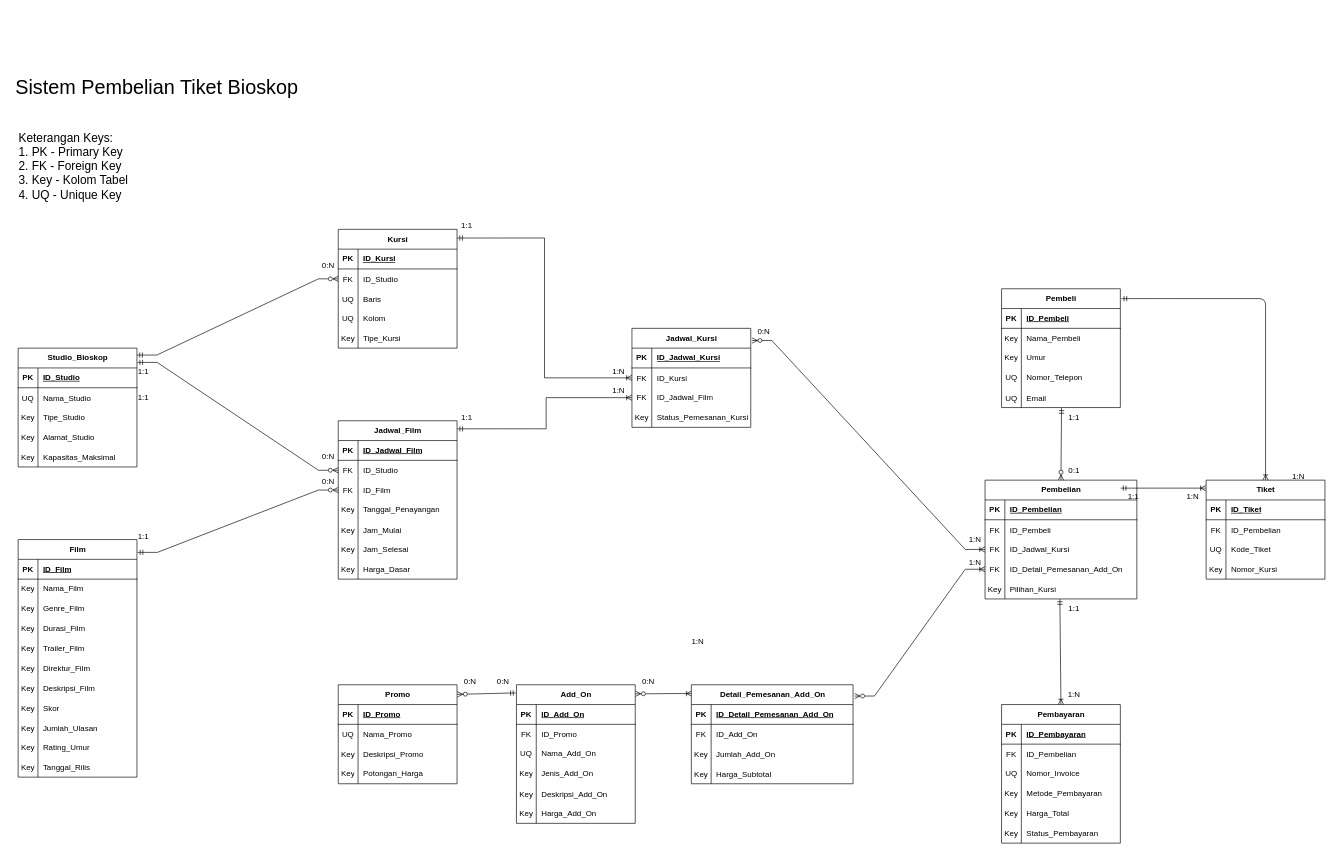
Above: page "Diagram-Utama" (1 of 3) of sistem-pembelian-tiket-retake.drawio in King-Ag-Jv/Project-Atrem (draw.io), before the change. Source tidied: cells renumbered, new cells numbered last; positions are measured from the earlier drawing's top-left corner, leaving out a move shared by most shapes. Both pictures are drawn from the tidied source at 66%, with x=0, y=0 at pixel (11, 11).
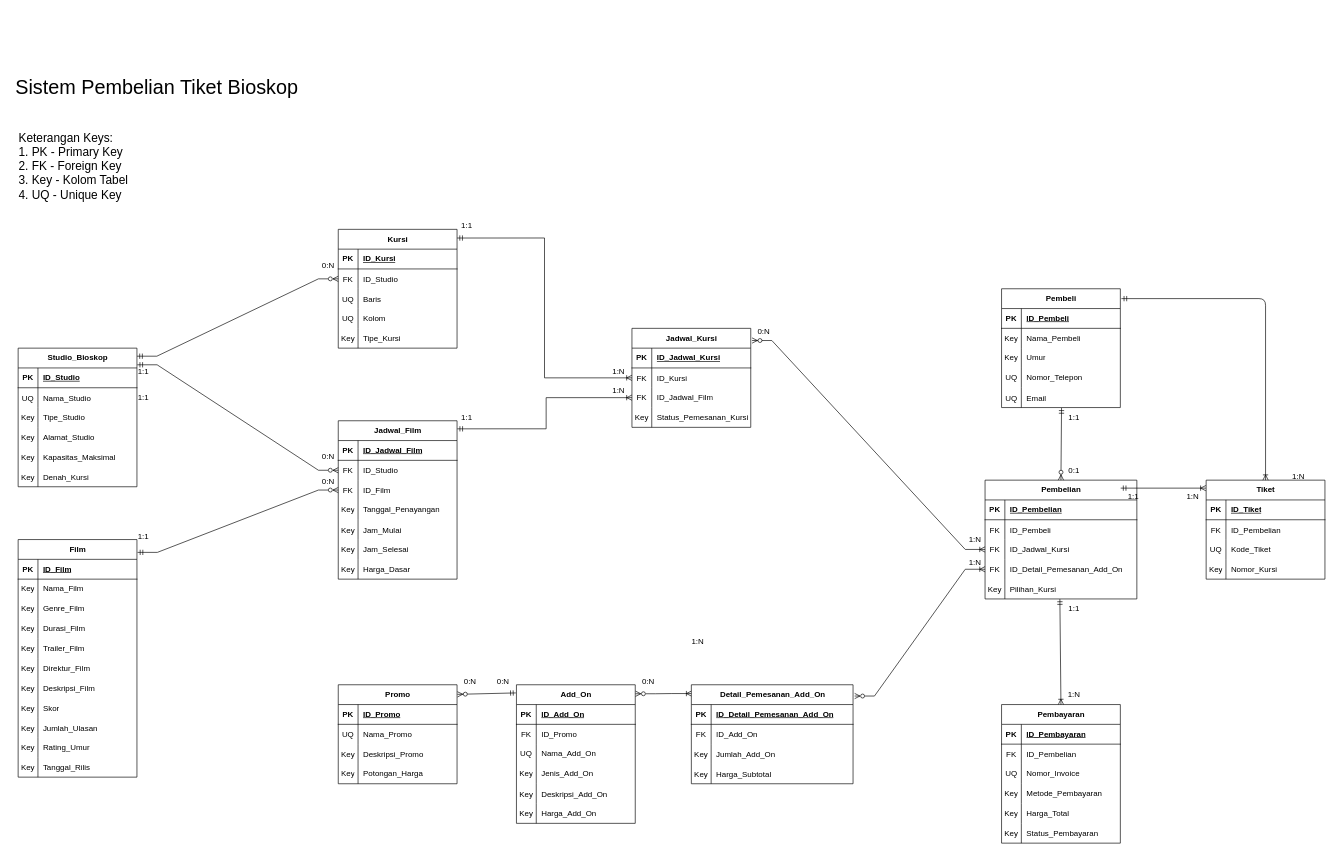
After the change.

Diff of the diagram source:
```diff
@@
     <mxCell id="151" value="Studio_Bioskop" style="shape=table;startSize=30;childLayout=tableLayout;rowLines=0;fontStyle=1;align=center;html=1;" parent="1" vertex="1">
-      <mxGeometry x="10" y="510" width="180" height="180" as="geometry" />
+      <mxGeometry x="10" y="510" width="180" height="210" as="geometry" />
     </mxCell>
@@
+    <mxCell id="253" style="shape=tableRow;horizontal=0;startSize=0;swimlaneHead=0;swimlaneBody=0;fillColor=none;top=0;left=0;right=0;bottom=0;" parent="151" vertex="1">
+      <mxGeometry y="180" width="180" height="30" as="geometry" />
+    </mxCell>
+    <mxCell id="254" value="Key" style="shape=partialRectangle;fillColor=none;top=0;left=0;bottom=0;right=0;overflow=hidden;" parent="253" vertex="1">
+      <mxGeometry width="30" height="30" as="geometry" />
+    </mxCell>
+    <mxCell id="255" value="Denah_Kursi" style="shape=partialRectangle;fillColor=none;top=0;left=0;bottom=0;right=0;align=left;spacingLeft=6;overflow=hidden;" parent="253" vertex="1">
+      <mxGeometry x="30" width="150" height="30" as="geometry" />
+    </mxCell>
```
